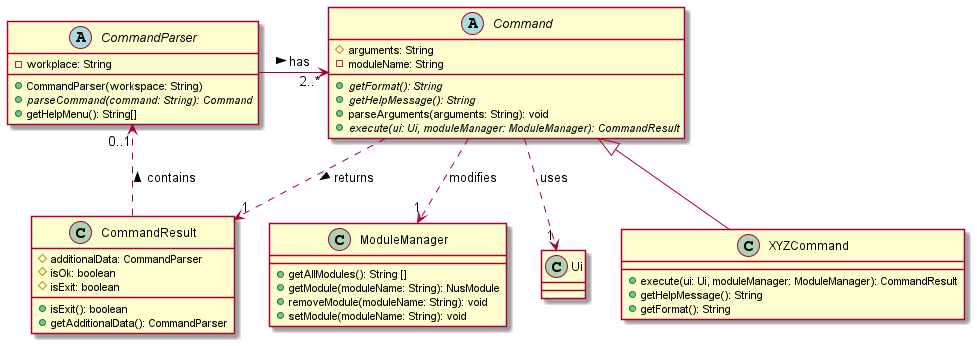
Before: docs/attachments/CommandClassDiagram.png, a diagram exported from PlantUML (nus-cs2113-AY2122S1/tp). Source of this version:
```plantuml
@startuml

Command ..> "1" CommandResult: returns >
Command ..> "1" ModuleManager: modifies
Command ..> "1" Ui: uses
CommandResult ..> "0..1" CommandParser: contains >
CommandParser -> "2..*" Command: has >

!startsub COMMAND
abstract class Command {
  # arguments: String
  - moduleName: String
  + {abstract} getFormat(): String
  + {abstract} getHelpMessage(): String
  + parseArguments(arguments: String): void
  + {abstract} execute(ui: Ui, moduleManager: ModuleManager): CommandResult

}
!endsub

class XYZCommand extends Command {
  + execute(ui: Ui, moduleManager: ModuleManager): CommandResult
  + getHelpMessage(): String
  + getFormat(): String
}

class CommandResult {
  # additionalData: CommandParser
  # isOk: boolean
  # isExit: boolean
  + isExit(): boolean
  + getAdditionalData(): CommandParser
}

class Ui
!includesub Module.puml!MODULEMANAGER
!includesub ParserClassDiagram.puml!COMMANDPARSER
@enduml
```
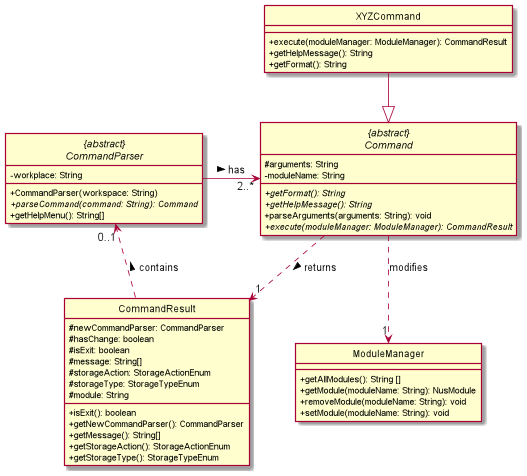
The same diagram one commit later.

What changed in the source:
```diff
@@ -1,38 +1,47 @@
 @startuml
 
-Command ..> "1" CommandResult: returns >
-Command ..> "1" ModuleManager: modifies
-Command ..> "1" Ui: uses
-CommandResult ..> "0..1" CommandParser: contains >
-CommandParser -> "2..*" Command: has >
+skinparam classAttributeIconSize 0
+hide circle
 
+"{abstract}\nCommand" ..> "1" CommandResult: returns >
+"{abstract}\nCommand" ..> "1" ModuleManager: modifies
+CommandResult ..> "0..1" "{abstract}\nCommandParser": contains >
+"{abstract}\nCommandParser" -> "2..*" "{abstract}\nCommand": has >
+XYZCommand --|> "{abstract}\nCommand"
 !startsub COMMAND
-abstract class Command {
+abstract class "{abstract}\nCommand"  {
   # arguments: String
   - moduleName: String
   + {abstract} getFormat(): String
   + {abstract} getHelpMessage(): String
   + parseArguments(arguments: String): void
-  + {abstract} execute(ui: Ui, moduleManager: ModuleManager): CommandResult
+  + {abstract} execute(moduleManager: ModuleManager): CommandResult
 
 }
 !endsub
 
-class XYZCommand extends Command {
-  + execute(ui: Ui, moduleManager: ModuleManager): CommandResult
+class XYZCommand {
+  + execute(moduleManager: ModuleManager): CommandResult
   + getHelpMessage(): String
   + getFormat(): String
 }
 
 class CommandResult {
-  # additionalData: CommandParser
-  # isOk: boolean
+
+  # newCommandParser: CommandParser
+  # hasChange: boolean
   # isExit: boolean
+  # message: String[]
+  # storageAction: StorageActionEnum
+  # storageType: StorageTypeEnum
+  # module: String
   + isExit(): boolean
-  + getAdditionalData(): CommandParser
+  + getNewCommandParser(): CommandParser
+  + getMessage(): String[]
+  + getStorageAction(): StorageActionEnum
+  + getStorageType(): StorageTypeEnum
 }
 
-class Ui
 !includesub Module.puml!MODULEMANAGER
 !includesub ParserClassDiagram.puml!COMMANDPARSER
 @enduml
```
